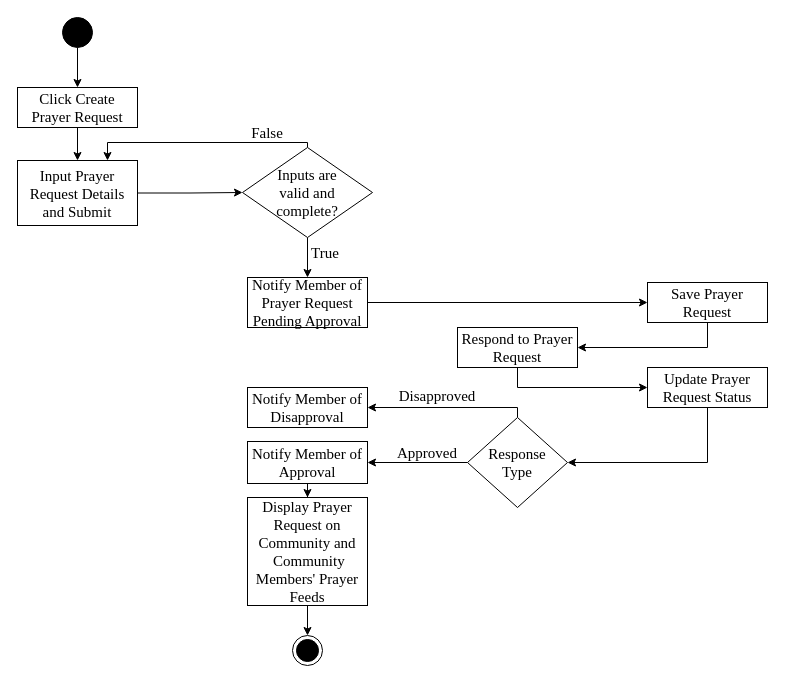
gvillanueva01/ConnexUs_diagrams keeps this draw.io diagram as page "PrayerRequest" (7 of 11) of ConnexUs_Chap3.drawio. Above is the earlier version. Source tidied: cells renumbered, new cells numbered last; positions are measured from the earlier drawing's top-left corner, leaving out a move shared by most shapes. Both pictures are drawn from the tidied source at 100%, with x=0, y=0 at pixel (17, 17).
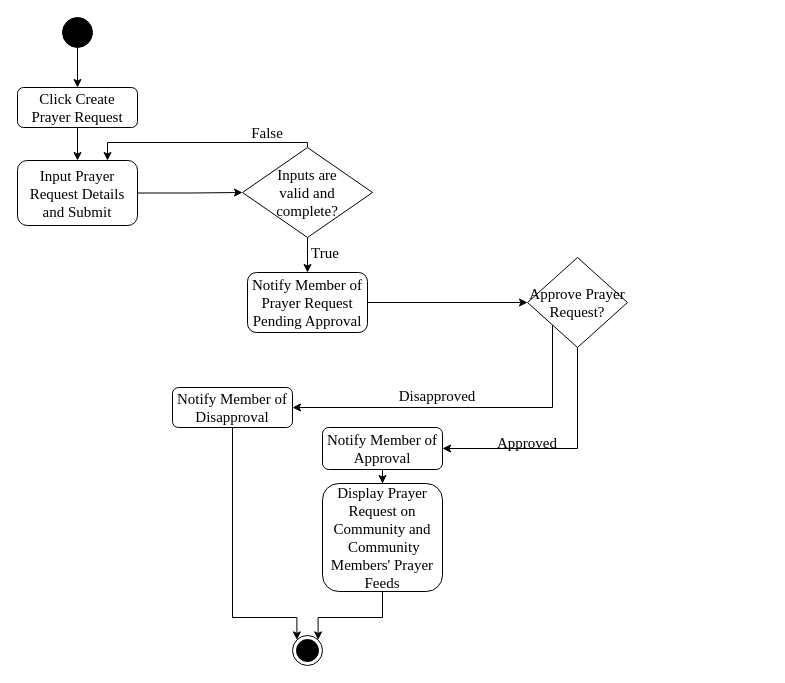
Above is the later version.

Unchanged cells that the change refers to:
```xml
<mxCell id="6" style="ellipse;html=1;shape=endState;fillColor=strokeColor;fontSize=15;" parent="1" vertex="1">
  <mxGeometry x="275" y="618" width="30" height="30" as="geometry" />
</mxCell>
```

What changed in the source:
```diff
@@
-    <mxCell id="5" value="Click Create Prayer Request" style="rounded=0;whiteSpace=wrap;html=1;fontFamily=Times New Roman;fontSize=15;" parent="1" vertex="1">
+    <mxCell id="5" value="Click Create Prayer Request" style="rounded=1;whiteSpace=wrap;html=1;fontFamily=Times New Roman;fontSize=15;" parent="1" vertex="1">
       <mxGeometry y="70" width="120" height="40" as="geometry" />
     </mxCell>
@@
-    <mxCell id="9" value="Input Prayer Request Details and Submit" style="rounded=0;whiteSpace=wrap;html=1;fontFamily=Times New Roman;fontSize=15;" parent="1" vertex="1">
+    <mxCell id="9" value="Input Prayer Request Details and Submit" style="rounded=1;whiteSpace=wrap;html=1;fontFamily=Times New Roman;fontSize=15;" parent="1" vertex="1">
       <mxGeometry y="143" width="120" height="65" as="geometry" />
     </mxCell>
@@
-    <mxCell id="13" style="edgeStyle=orthogonalEdgeStyle;rounded=0;jettySize=auto;html=1;fontSize=15;" parent="1" edge="1" source="14" target="24">
+    <mxCell id="13" style="edgeStyle=orthogonalEdgeStyle;rounded=0;jettySize=auto;html=1;fontSize=15;entryX=0;entryY=0.5;entryDx=0;entryDy=0;" parent="1" edge="1" source="14" target="19">
       <mxGeometry relative="1" as="geometry" />
     </mxCell>
-    <mxCell id="14" value="Notify Member of Prayer Request Pending Approval" style="rounded=0;whiteSpace=wrap;html=1;fontFamily=Times New Roman;fontSize=15;" parent="1" vertex="1">
-      <mxGeometry x="230" y="260" width="120" height="50" as="geometry" />
+    <mxCell id="14" value="Notify Member of Prayer Request Pending Approval" style="rounded=1;whiteSpace=wrap;html=1;fontFamily=Times New Roman;fontSize=15;" parent="1" vertex="1">
+      <mxGeometry x="230" y="255" width="120" height="60" as="geometry" />
     </mxCell>
-    <mxCell id="15" style="edgeStyle=orthogonalEdgeStyle;rounded=0;jettySize=auto;html=1;entryX=0;entryY=0.5;entryDx=0;entryDy=0;fontSize=15;" parent="1" edge="1" source="16" target="22">
-      <mxGeometry relative="1" as="geometry">
-        <Array as="points">
-          <mxPoint x="500" y="370" />
-        </Array>
-      </mxGeometry>
-    </mxCell>
-    <mxCell id="16" value="Respond to Prayer Request" style="rounded=0;whiteSpace=wrap;html=1;fontFamily=Times New Roman;fontSize=15;" parent="1" vertex="1">
-      <mxGeometry x="440" y="310" width="120" height="40" as="geometry" />
-    </mxCell>
-    <mxCell id="17" style="edgeStyle=orthogonalEdgeStyle;rounded=0;jettySize=auto;html=1;exitX=0.5;exitY=0;exitDx=0;exitDy=0;entryX=1;entryY=0.5;entryDx=0;entryDy=0;fontSize=15;" parent="1" edge="1" source="19" target="20">
+    <mxCell id="17" style="edgeStyle=orthogonalEdgeStyle;rounded=0;jettySize=auto;html=1;exitX=0;exitY=1;exitDx=0;exitDy=0;entryX=1;entryY=0.5;entryDx=0;entryDy=0;fontSize=15;" parent="1" edge="1" source="19" target="20">
       <mxGeometry relative="1" as="geometry">
         <Array as="points">
-          <mxPoint x="500" y="390" />
+          <mxPoint x="535" y="390" />
         </Array>
       </mxGeometry>
     </mxCell>
-    <mxCell id="18" style="edgeStyle=orthogonalEdgeStyle;rounded=0;jettySize=auto;html=1;entryX=1;entryY=0.5;entryDx=0;entryDy=0;fontSize=15;" parent="1" edge="1" source="19" target="27">
+    <mxCell id="18" style="edgeStyle=orthogonalEdgeStyle;rounded=0;jettySize=auto;html=1;entryX=1;entryY=0.5;entryDx=0;entryDy=0;fontSize=15;exitX=0.5;exitY=1;exitDx=0;exitDy=0;" parent="1" edge="1" source="19" target="27">
       <mxGeometry relative="1" as="geometry" />
     </mxCell>
-    <mxCell id="19" value="&lt;font face=&quot;Times New Roman&quot; style=&quot;font-size: 15px;&quot;&gt;Response &lt;br&gt;Type&lt;/font&gt;" style="shape=rhombus;html=1;dashed=0;whiteSpace=wrap;perimeter=rhombusPerimeter;fontSize=15;" parent="1" vertex="1">
-      <mxGeometry x="450" y="400" width="100" height="90" as="geometry" />
+    <mxCell id="19" value="&lt;font face=&quot;Times New Roman&quot;&gt;Approve Prayer Request?&lt;/font&gt;" style="shape=rhombus;html=1;dashed=0;whiteSpace=wrap;perimeter=rhombusPerimeter;fontSize=15;" parent="1" vertex="1">
+      <mxGeometry x="510" y="240" width="100" height="90" as="geometry" />
     </mxCell>
-    <mxCell id="20" value="Notify Member of Disapproval" style="rounded=0;whiteSpace=wrap;html=1;fontFamily=Times New Roman;fontSize=15;" parent="1" vertex="1">
-      <mxGeometry x="230" y="370" width="120" height="40" as="geometry" />
+    <mxCell id="20" value="Notify Member of Disapproval" style="rounded=1;whiteSpace=wrap;html=1;fontFamily=Times New Roman;fontSize=15;" parent="1" vertex="1">
+      <mxGeometry x="155" y="370" width="120" height="40" as="geometry" />
     </mxCell>
-    <mxCell id="21" style="edgeStyle=orthogonalEdgeStyle;rounded=0;jettySize=auto;html=1;entryX=1;entryY=0.5;entryDx=0;entryDy=0;fontSize=15;" parent="1" edge="1" source="22" target="19">
-      <mxGeometry relative="1" as="geometry">
-        <Array as="points">
-          <mxPoint x="690" y="445" />
-        </Array>
-      </mxGeometry>
-    </mxCell>
-    <mxCell id="22" value="Update Prayer Request Status" style="rounded=0;whiteSpace=wrap;html=1;fontFamily=Times New Roman;fontSize=15;" parent="1" vertex="1">
-      <mxGeometry x="630" y="350" width="120" height="40" as="geometry" />
-    </mxCell>
-    <mxCell id="23" style="edgeStyle=orthogonalEdgeStyle;rounded=0;jettySize=auto;html=1;entryX=1;entryY=0.5;entryDx=0;entryDy=0;fontSize=15;" parent="1" edge="1" source="24" target="16">
-      <mxGeometry relative="1" as="geometry">
-        <Array as="points">
-          <mxPoint x="690" y="330" />
-        </Array>
-      </mxGeometry>
-    </mxCell>
-    <mxCell id="24" value="Save Prayer Request" style="rounded=0;whiteSpace=wrap;html=1;fontFamily=Times New Roman;fontSize=15;" parent="1" vertex="1">
-      <mxGeometry x="630" y="265" width="120" height="40" as="geometry" />
-    </mxCell>
@@
-    <mxCell id="27" value="Notify Member of Approval" style="rounded=0;whiteSpace=wrap;html=1;fontFamily=Times New Roman;fontSize=15;" parent="1" vertex="1">
-      <mxGeometry x="230" y="424" width="120" height="42" as="geometry" />
+    <mxCell id="27" value="Notify Member of Approval" style="rounded=1;whiteSpace=wrap;html=1;fontFamily=Times New Roman;fontSize=15;" parent="1" vertex="1">
+      <mxGeometry x="305" y="410" width="120" height="42" as="geometry" />
     </mxCell>
-    <mxCell id="28" style="edgeStyle=orthogonalEdgeStyle;rounded=0;jettySize=auto;html=1;fontSize=15;" parent="1" edge="1" source="29" target="6">
-      <mxGeometry relative="1" as="geometry" />
+    <mxCell id="28" style="edgeStyle=orthogonalEdgeStyle;rounded=0;jettySize=auto;html=1;fontSize=15;entryX=1;entryY=0;entryDx=0;entryDy=0;" parent="1" edge="1" source="29" target="6">
+      <mxGeometry relative="1" as="geometry">
+        <Array as="points">
+          <mxPoint x="365" y="600" />
+          <mxPoint x="301" y="600" />
+        </Array>
+      </mxGeometry>
     </mxCell>
-    <mxCell id="29" value="Display Prayer Request on Community and &amp;nbsp;Community Members' Prayer Feeds" style="rounded=0;whiteSpace=wrap;html=1;fontFamily=Times New Roman;fontSize=15;" parent="1" vertex="1">
-      <mxGeometry x="230" y="480" width="120" height="108" as="geometry" />
+    <mxCell id="29" value="Display Prayer Request on Community and &amp;nbsp;Community Members' Prayer Feeds" style="rounded=1;whiteSpace=wrap;html=1;fontFamily=Times New Roman;fontSize=15;" parent="1" vertex="1">
+      <mxGeometry x="305" y="466" width="120" height="108" as="geometry" />
     </mxCell>
     <mxCell id="30" value="Approved" style="text;html=1;strokeColor=none;fillColor=none;align=center;verticalAlign=middle;whiteSpace=wrap;rounded=0;fontFamily=Times New Roman;fontSize=15;" parent="1" vertex="1">
-      <mxGeometry x="380" y="420" width="60" height="30" as="geometry" />
+      <mxGeometry x="480" y="410" width="60" height="30" as="geometry" />
     </mxCell>
@@
+    <mxCell id="32" style="edgeStyle=orthogonalEdgeStyle;rounded=0;jettySize=auto;html=1;exitX=0.5;exitY=1;exitDx=0;exitDy=0;entryX=0;entryY=0;entryDx=0;entryDy=0;fontSize=15;" parent="1" edge="1" source="20" target="6">
+      <mxGeometry relative="1" as="geometry">
+        <Array as="points">
+          <mxPoint x="215" y="600" />
+          <mxPoint x="279" y="600" />
+        </Array>
+      </mxGeometry>
+    </mxCell>
```
